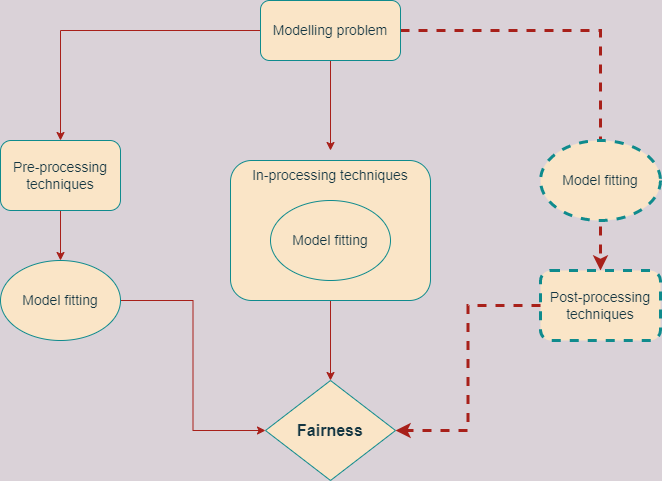
loremarchi/discrimination_free_pricing_presentation keeps this draw.io diagram as 1_approaches_to_fairness_modelling.png. Above is the earlier version. Source tidied: cells renumbered, new cells last; positions are measured from the earlier drawing's top-left corner, leaving out a move shared by most shapes.
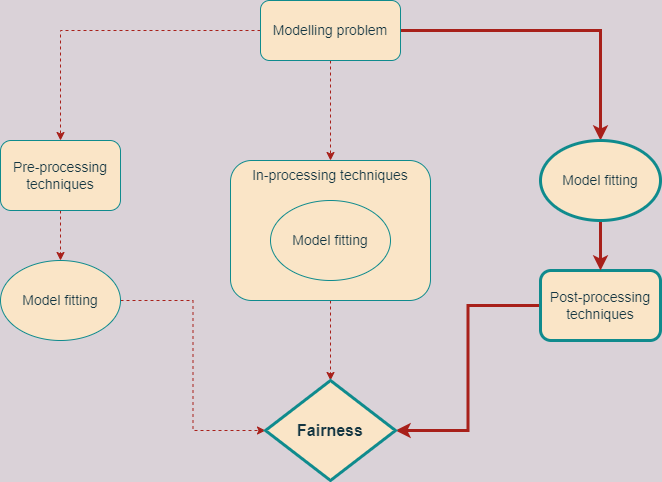
After the commit.

The edit, as a diff of the source:
```diff
@@ -2,42 +2,43 @@
   <root>
     <mxCell id="0" />
     <mxCell id="1" parent="0" />
-    <mxCell id="2" style="edgeStyle=orthogonalEdgeStyle;rounded=0;jettySize=auto;html=1;fillColor=#FAE5C7;strokeColor=#A8201A;strokeWidth=3;labelBackgroundColor=#DAD2D8;fontColor=#143642;dashed=1;" parent="1" edge="1" source="5" target="7">
+    <mxCell id="2" style="edgeStyle=orthogonalEdgeStyle;rounded=0;jettySize=auto;html=1;fillColor=#FAE5C7;strokeColor=#A8201A;strokeWidth=3;labelBackgroundColor=#DAD2D8;fontColor=#143642;" parent="1" edge="1" source="5" target="12">
       <mxGeometry relative="1" as="geometry" />
     </mxCell>
-    <mxCell id="3" style="edgeStyle=orthogonalEdgeStyle;rounded=0;jettySize=auto;html=1;labelBackgroundColor=#DAD2D8;strokeColor=#A8201A;fontColor=#143642;" parent="1" edge="1" source="5" target="9">
+    <mxCell id="3" style="edgeStyle=orthogonalEdgeStyle;rounded=0;jettySize=auto;html=1;labelBackgroundColor=#DAD2D8;strokeColor=#A8201A;fontColor=#143642;dashed=1;" parent="1" edge="1" source="5" target="9">
       <mxGeometry relative="1" as="geometry" />
     </mxCell>
-    <mxCell id="4" style="edgeStyle=orthogonalEdgeStyle;rounded=0;jettySize=auto;html=1;labelBackgroundColor=#DAD2D8;strokeColor=#A8201A;fontColor=#143642;" parent="1" edge="1" source="5">
-      <mxGeometry relative="1" as="geometry">
-        <mxPoint x="330" y="150" as="targetPoint" />
-      </mxGeometry>
+    <mxCell id="4" style="edgeStyle=orthogonalEdgeStyle;rounded=0;jettySize=auto;html=1;labelBackgroundColor=#DAD2D8;strokeColor=#A8201A;fontColor=#143642;entryX=0.5;entryY=0;entryDx=0;entryDy=0;dashed=1;" parent="1" edge="1" source="5" target="14">
+      <mxGeometry relative="1" as="geometry" />
     </mxCell>
     <mxCell id="5" value="Modelling problem" style="rounded=1;whiteSpace=wrap;html=1;fontSize=14;fillColor=#FAE5C7;strokeColor=#0F8B8D;fontColor=#143642;" parent="1" vertex="1">
       <mxGeometry x="260" width="140" height="60" as="geometry" />
     </mxCell>
-    <mxCell id="6" style="edgeStyle=orthogonalEdgeStyle;rounded=0;jettySize=auto;html=1;entryX=1;entryY=0.5;entryDx=0;entryDy=0;strokeWidth=3;fillColor=#FAE5C7;strokeColor=#A8201A;labelBackgroundColor=#DAD2D8;fontColor=#143642;dashed=1;" parent="1" edge="1" source="7" target="16">
+    <mxCell id="6" style="edgeStyle=orthogonalEdgeStyle;rounded=0;jettySize=auto;html=1;entryX=1;entryY=0.5;entryDx=0;entryDy=0;strokeWidth=3;fillColor=#FAE5C7;strokeColor=#A8201A;labelBackgroundColor=#DAD2D8;fontColor=#143642;" parent="1" edge="1" source="7" target="16">
       <mxGeometry relative="1" as="geometry" />
     </mxCell>
-    <mxCell id="7" value="Post-processing techniques" style="whiteSpace=wrap;html=1;rounded=1;fontSize=14;fillColor=#FAE5C7;strokeColor=#0F8B8D;fontColor=#143642;strokeWidth=3;dashed=1;" parent="1" vertex="1">
+    <mxCell id="7" value="Post-processing techniques" style="whiteSpace=wrap;html=1;rounded=1;fontSize=14;fillColor=#FAE5C7;strokeColor=#0F8B8D;fontColor=#143642;strokeWidth=3;" parent="1" vertex="1">
       <mxGeometry x="540" y="270" width="120" height="70" as="geometry" />
     </mxCell>
-    <mxCell id="8" style="edgeStyle=orthogonalEdgeStyle;rounded=0;jettySize=auto;html=1;exitX=0.5;exitY=1;exitDx=0;exitDy=0;entryX=0.5;entryY=0;entryDx=0;entryDy=0;labelBackgroundColor=#DAD2D8;strokeColor=#A8201A;fontColor=#143642;" parent="1" edge="1" source="9" target="11">
+    <mxCell id="8" style="edgeStyle=orthogonalEdgeStyle;rounded=0;jettySize=auto;html=1;exitX=0.5;exitY=1;exitDx=0;exitDy=0;entryX=0.5;entryY=0;entryDx=0;entryDy=0;labelBackgroundColor=#DAD2D8;strokeColor=#A8201A;fontColor=#143642;dashed=1;" parent="1" edge="1" source="9" target="11">
       <mxGeometry relative="1" as="geometry" />
     </mxCell>
     <mxCell id="9" value="Pre-processing techniques" style="whiteSpace=wrap;html=1;rounded=1;fontSize=14;fillColor=#FAE5C7;strokeColor=#0F8B8D;fontColor=#143642;" parent="1" vertex="1">
       <mxGeometry y="140" width="120" height="70" as="geometry" />
     </mxCell>
-    <mxCell id="10" style="edgeStyle=orthogonalEdgeStyle;rounded=0;jettySize=auto;html=1;entryX=0;entryY=0.5;entryDx=0;entryDy=0;labelBackgroundColor=#DAD2D8;strokeColor=#A8201A;fontColor=#143642;" parent="1" edge="1" source="11" target="16">
+    <mxCell id="10" style="edgeStyle=orthogonalEdgeStyle;rounded=0;jettySize=auto;html=1;entryX=0;entryY=0.5;entryDx=0;entryDy=0;labelBackgroundColor=#DAD2D8;strokeColor=#A8201A;fontColor=#143642;dashed=1;" parent="1" edge="1" source="11" target="16">
       <mxGeometry relative="1" as="geometry" />
     </mxCell>
     <mxCell id="11" value="Model fitting" style="ellipse;whiteSpace=wrap;html=1;fontSize=14;fillColor=#FAE5C7;strokeColor=#0F8B8D;fontColor=#143642;" parent="1" vertex="1">
       <mxGeometry y="260" width="120" height="80" as="geometry" />
     </mxCell>
+    <mxCell id="17" style="edgeStyle=orthogonalEdgeStyle;curved=0;rounded=1;sketch=0;jettySize=auto;html=1;fontColor=#143642;strokeColor=#A8201A;strokeWidth=3;fillColor=#FAE5C7;" parent="1" edge="1" source="12" target="7">
+      <mxGeometry relative="1" as="geometry" />
+    </mxCell>
-    <mxCell id="12" value="&lt;span style=&quot;font-size: 14px;&quot;&gt;Model fitting&lt;/span&gt;" style="ellipse;whiteSpace=wrap;html=1;rounded=1;fontSize=14;fillColor=#FAE5C7;strokeColor=#0F8B8D;fontColor=#143642;strokeWidth=3;dashed=1;" parent="1" vertex="1">
+    <mxCell id="12" value="&lt;span style=&quot;font-size: 14px;&quot;&gt;Model fitting&lt;/span&gt;" style="ellipse;whiteSpace=wrap;html=1;rounded=1;fontSize=14;fillColor=#FAE5C7;strokeColor=#0F8B8D;fontColor=#143642;strokeWidth=3;" parent="1" vertex="1">
       <mxGeometry x="540" y="140" width="120" height="80" as="geometry" />
     </mxCell>
-    <mxCell id="13" style="edgeStyle=orthogonalEdgeStyle;rounded=0;jettySize=auto;html=1;entryX=0.5;entryY=0;entryDx=0;entryDy=0;labelBackgroundColor=#DAD2D8;strokeColor=#A8201A;fontColor=#143642;" parent="1" edge="1" source="14" target="16">
+    <mxCell id="13" style="edgeStyle=orthogonalEdgeStyle;rounded=0;jettySize=auto;html=1;entryX=0.5;entryY=0;entryDx=0;entryDy=0;labelBackgroundColor=#DAD2D8;strokeColor=#A8201A;fontColor=#143642;dashed=1;" parent="1" edge="1" source="14" target="16">
       <mxGeometry relative="1" as="geometry" />
     </mxCell>
     <mxCell id="14" value="In-processing techniques" style="rounded=1;whiteSpace=wrap;html=1;labelPosition=center;verticalLabelPosition=middle;align=center;verticalAlign=top;fontSize=14;fillColor=#FAE5C7;strokeColor=#0F8B8D;fontColor=#143642;" parent="1" vertex="1">
@@ -46,7 +47,7 @@
     <mxCell id="15" value="&lt;span style=&quot;font-size: 14px;&quot;&gt;Model fitting&lt;/span&gt;" style="ellipse;whiteSpace=wrap;html=1;rounded=1;fontSize=14;fillColor=#FAE5C7;strokeColor=#0F8B8D;fontColor=#143642;" parent="1" vertex="1">
       <mxGeometry x="270" y="200" width="120" height="80" as="geometry" />
     </mxCell>
-    <mxCell id="16" value="&lt;font style=&quot;font-size: 16px&quot;&gt;&lt;b&gt;Fairness&lt;/b&gt;&lt;/font&gt;" style="rhombus;whiteSpace=wrap;html=1;fillColor=#FAE5C7;strokeColor=#0F8B8D;fontColor=#143642;" parent="1" vertex="1">
+    <mxCell id="16" value="&lt;font style=&quot;font-size: 16px&quot;&gt;&lt;b&gt;Fairness&lt;/b&gt;&lt;/font&gt;" style="rhombus;whiteSpace=wrap;html=1;fillColor=#FAE5C7;strokeColor=#0F8B8D;fontColor=#143642;strokeWidth=3;" parent="1" vertex="1">
       <mxGeometry x="265" y="380" width="130" height="100" as="geometry" />
     </mxCell>
   </root>
```
